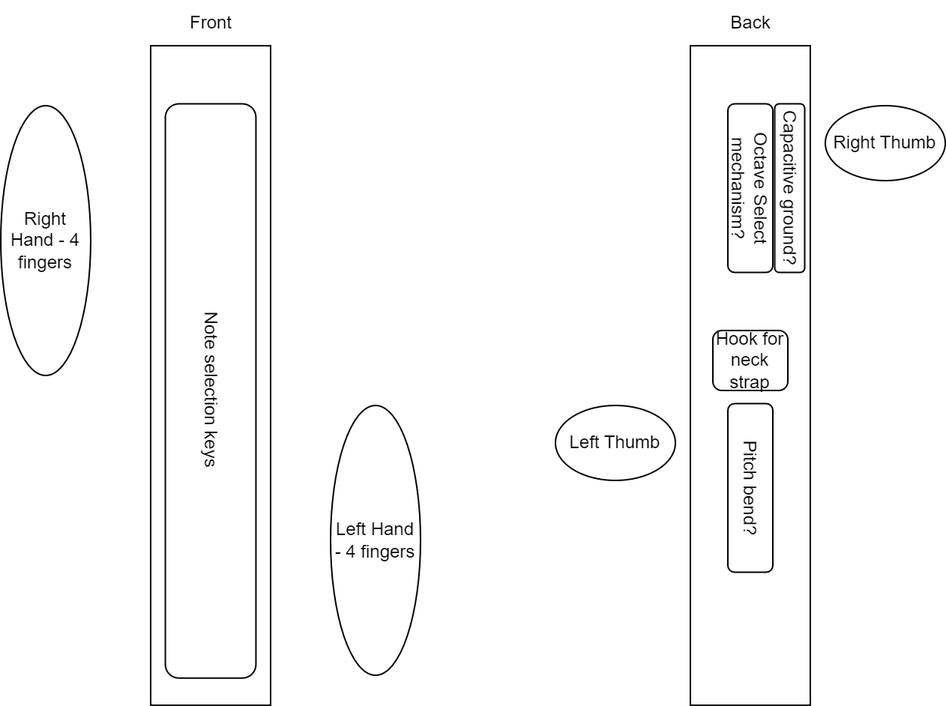
Above: notes/diagrams-Physical.drawio.png in starmaid/ewi (draw.io), before the change. Source tidied: cells renumbered, new cells last; positions are measured from the earlier drawing's top-left corner, leaving out a move shared by most shapes. The source it was exported from:
```xml
<mxGraphModel>
  <root>
    <mxCell id="0" />
    <mxCell id="1" parent="0" />
    <mxCell id="2" style="rounded=0;whiteSpace=wrap;html=1;" parent="1" vertex="1">
      <mxGeometry x="152" y="30" width="80" height="440" as="geometry" />
    </mxCell>
    <mxCell id="3" style="rounded=0;whiteSpace=wrap;html=1;" parent="1" vertex="1">
      <mxGeometry x="512" y="30" width="80" height="440" as="geometry" />
    </mxCell>
    <mxCell id="4" value="Front" style="text;html=1;align=center;verticalAlign=middle;strokeColor=none;fillColor=none;" parent="1" vertex="1">
      <mxGeometry x="167" width="50" height="30" as="geometry" />
    </mxCell>
    <mxCell id="5" value="Back" style="text;html=1;align=center;verticalAlign=middle;strokeColor=none;fillColor=none;" parent="1" vertex="1">
      <mxGeometry x="527" width="50" height="30" as="geometry" />
    </mxCell>
    <mxCell id="6" value="Right Hand - 4 fingers" style="ellipse;whiteSpace=wrap;html=1;" parent="1" vertex="1">
      <mxGeometry x="52" y="70" width="60" height="180" as="geometry" />
    </mxCell>
    <mxCell id="7" value="Left Hand - 4 fingers" style="ellipse;whiteSpace=wrap;html=1;" parent="1" vertex="1">
      <mxGeometry x="272" y="270" width="60" height="180" as="geometry" />
    </mxCell>
    <mxCell id="8" value="Left Thumb" style="ellipse;whiteSpace=wrap;html=1;" parent="1" vertex="1">
      <mxGeometry x="422" y="270" width="80" height="50" as="geometry" />
    </mxCell>
    <mxCell id="9" value="Right Thumb" style="ellipse;whiteSpace=wrap;html=1;" parent="1" vertex="1">
      <mxGeometry x="602" y="70" width="80" height="50" as="geometry" />
    </mxCell>
    <mxCell id="10" value="Octave Select mechanism?" style="rounded=1;whiteSpace=wrap;html=1;rotation=90;" parent="1" vertex="1">
      <mxGeometry x="495.8" y="110" width="112.5" height="30" as="geometry" />
    </mxCell>
    <mxCell id="11" value="Pitch bend?" style="rounded=1;whiteSpace=wrap;html=1;rotation=90;" parent="1" vertex="1">
      <mxGeometry x="495.8" y="310" width="112.5" height="30" as="geometry" />
    </mxCell>
    <mxCell id="12" value="Capacitive ground?" style="rounded=1;whiteSpace=wrap;html=1;rotation=90;" parent="1" vertex="1">
      <mxGeometry x="522" y="115" width="112.5" height="20" as="geometry" />
    </mxCell>
    <mxCell id="13" value="Note selection keys" style="rounded=1;whiteSpace=wrap;html=1;rotation=90;" parent="1" vertex="1">
      <mxGeometry x="0.4" y="230.1" width="383.1" height="60.4" as="geometry" />
    </mxCell>
    <mxCell id="14" value="Hook for neck strap" style="rounded=1;whiteSpace=wrap;html=1;" parent="1" vertex="1">
      <mxGeometry x="527" y="220" width="50" height="40" as="geometry" />
    </mxCell>
  </root>
</mxGraphModel>
```
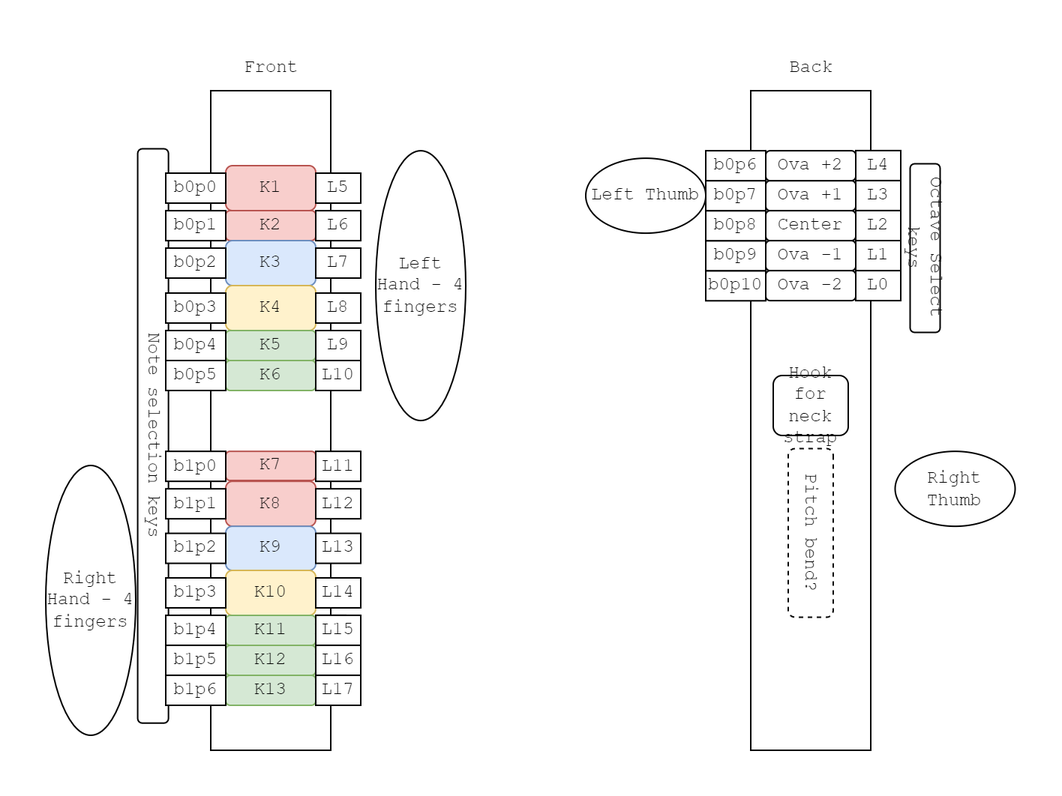
Above is the later version.

Commit message:
test capacitive sensor, update wiring to include level shifter, start naming ports

Change to the diagram source:
```diff
@@ -2,44 +2,221 @@
   <root>
     <mxCell id="0" />
     <mxCell id="1" parent="0" />
+    <mxCell id="13" value="Note selection keys" style="rounded=1;whiteSpace=wrap;html=1;rotation=90;fontFamily=Courier New;" parent="1" vertex="1">
+      <mxGeometry x="-78" y="250.1" width="383.1" height="20.5" as="geometry" />
+    </mxCell>
-    <mxCell id="2" style="rounded=0;whiteSpace=wrap;html=1;" parent="1" vertex="1">
+    <mxCell id="2" style="rounded=0;whiteSpace=wrap;html=1;fontFamily=Courier New;" parent="1" vertex="1">
       <mxGeometry x="152" y="30" width="80" height="440" as="geometry" />
     </mxCell>
-    <mxCell id="3" style="rounded=0;whiteSpace=wrap;html=1;" parent="1" vertex="1">
+    <mxCell id="3" style="rounded=0;whiteSpace=wrap;html=1;fontFamily=Courier New;" parent="1" vertex="1">
       <mxGeometry x="512" y="30" width="80" height="440" as="geometry" />
     </mxCell>
-    <mxCell id="4" value="Front" style="text;html=1;align=center;verticalAlign=middle;strokeColor=none;fillColor=none;" parent="1" vertex="1">
-      <mxGeometry x="167" width="50" height="30" as="geometry" />
+    <mxCell id="4" value="Front" style="text;html=1;align=center;verticalAlign=middle;strokeColor=none;fillColor=none;fontFamily=Courier New;" parent="1" vertex="1">
+      <mxGeometry x="162" width="60" height="30" as="geometry" />
     </mxCell>
-    <mxCell id="5" value="Back" style="text;html=1;align=center;verticalAlign=middle;strokeColor=none;fillColor=none;" parent="1" vertex="1">
+    <mxCell id="5" value="Back" style="text;html=1;align=center;verticalAlign=middle;strokeColor=none;fillColor=none;fontFamily=Courier New;" parent="1" vertex="1">
       <mxGeometry x="527" width="50" height="30" as="geometry" />
     </mxCell>
-    <mxCell id="6" value="Right Hand - 4 fingers" style="ellipse;whiteSpace=wrap;html=1;" parent="1" vertex="1">
-      <mxGeometry x="52" y="70" width="60" height="180" as="geometry" />
+    <mxCell id="6" value="Right Hand - 4 fingers" style="ellipse;whiteSpace=wrap;html=1;fontFamily=Courier New;" parent="1" vertex="1">
+      <mxGeometry x="42" y="280" width="60" height="180" as="geometry" />
     </mxCell>
-    <mxCell id="7" value="Left Hand - 4 fingers" style="ellipse;whiteSpace=wrap;html=1;" parent="1" vertex="1">
-      <mxGeometry x="272" y="270" width="60" height="180" as="geometry" />
+    <mxCell id="7" value="Left Hand - 4 fingers" style="ellipse;whiteSpace=wrap;html=1;fontFamily=Courier New;" parent="1" vertex="1">
+      <mxGeometry x="262" y="70.1" width="60" height="180" as="geometry" />
     </mxCell>
-    <mxCell id="8" value="Left Thumb" style="ellipse;whiteSpace=wrap;html=1;" parent="1" vertex="1">
-      <mxGeometry x="422" y="270" width="80" height="50" as="geometry" />
+    <mxCell id="8" value="Left Thumb" style="ellipse;whiteSpace=wrap;html=1;fontFamily=Courier New;" parent="1" vertex="1">
+      <mxGeometry x="402" y="75" width="80" height="50" as="geometry" />
     </mxCell>
-    <mxCell id="9" value="Right Thumb" style="ellipse;whiteSpace=wrap;html=1;" parent="1" vertex="1">
-      <mxGeometry x="602" y="70" width="80" height="50" as="geometry" />
+    <mxCell id="9" value="Right Thumb" style="ellipse;whiteSpace=wrap;html=1;fontFamily=Courier New;" parent="1" vertex="1">
+      <mxGeometry x="608.2" y="270.6" width="80" height="50" as="geometry" />
     </mxCell>
-    <mxCell id="10" value="Octave Select mechanism?" style="rounded=1;whiteSpace=wrap;html=1;rotation=90;" parent="1" vertex="1">
-      <mxGeometry x="495.8" y="110" width="112.5" height="30" as="geometry" />
+    <mxCell id="10" value="Octave Select keys" style="rounded=1;whiteSpace=wrap;html=1;rotation=90;fontFamily=Courier New;" parent="1" vertex="1">
+      <mxGeometry x="572" y="125" width="112.5" height="20" as="geometry" />
     </mxCell>
-    <mxCell id="11" value="Pitch bend?" style="rounded=1;whiteSpace=wrap;html=1;rotation=90;" parent="1" vertex="1">
+    <mxCell id="11" value="Pitch bend?" style="rounded=1;whiteSpace=wrap;html=1;rotation=90;dashed=1;fontFamily=Courier New;" parent="1" vertex="1">
       <mxGeometry x="495.8" y="310" width="112.5" height="30" as="geometry" />
     </mxCell>
-    <mxCell id="12" value="Capacitive ground?" style="rounded=1;whiteSpace=wrap;html=1;rotation=90;" parent="1" vertex="1">
-      <mxGeometry x="522" y="115" width="112.5" height="20" as="geometry" />
-    </mxCell>
-    <mxCell id="13" value="Note selection keys" style="rounded=1;whiteSpace=wrap;html=1;rotation=90;" parent="1" vertex="1">
-      <mxGeometry x="0.4" y="230.1" width="383.1" height="60.4" as="geometry" />
-    </mxCell>
-    <mxCell id="14" value="Hook for neck strap" style="rounded=1;whiteSpace=wrap;html=1;" parent="1" vertex="1">
+    <mxCell id="14" value="Hook for neck strap" style="rounded=1;whiteSpace=wrap;html=1;fontFamily=Courier New;" parent="1" vertex="1">
       <mxGeometry x="527" y="220" width="50" height="40" as="geometry" />
     </mxCell>
+    <mxCell id="15" value="Ova +1" style="rounded=1;whiteSpace=wrap;html=1;fontFamily=Courier New;" parent="1" vertex="1">
+      <mxGeometry x="522" y="90" width="60" height="20" as="geometry" />
+    </mxCell>
+    <mxCell id="16" value="Center" style="rounded=1;whiteSpace=wrap;html=1;fontFamily=Courier New;" parent="1" vertex="1">
+      <mxGeometry x="522" y="110" width="60" height="20" as="geometry" />
+    </mxCell>
+    <mxCell id="17" value="Ova -1" style="rounded=1;whiteSpace=wrap;html=1;fontFamily=Courier New;" parent="1" vertex="1">
+      <mxGeometry x="522" y="130.1" width="60" height="20" as="geometry" />
+    </mxCell>
+    <mxCell id="18" value="K1" style="rounded=1;whiteSpace=wrap;html=1;fillColor=#f8cecc;strokeColor=#b85450;fontFamily=Courier New;" parent="1" vertex="1">
+      <mxGeometry x="162" y="80" width="60" height="30" as="geometry" />
+    </mxCell>
+    <mxCell id="19" value="K2" style="rounded=1;whiteSpace=wrap;html=1;fillColor=#f8cecc;strokeColor=#b85450;fontFamily=Courier New;" parent="1" vertex="1">
+      <mxGeometry x="162" y="110" width="60" height="20" as="geometry" />
+    </mxCell>
+    <mxCell id="20" value="K3" style="rounded=1;whiteSpace=wrap;html=1;fillColor=#dae8fc;strokeColor=#6c8ebf;fontFamily=Courier New;" parent="1" vertex="1">
+      <mxGeometry x="162" y="130" width="60" height="30" as="geometry" />
+    </mxCell>
+    <mxCell id="21" value="K4" style="rounded=1;whiteSpace=wrap;html=1;fillColor=#fff2cc;strokeColor=#d6b656;fontFamily=Courier New;" parent="1" vertex="1">
+      <mxGeometry x="162" y="160" width="60" height="30" as="geometry" />
+    </mxCell>
+    <mxCell id="22" value="K5" style="rounded=1;whiteSpace=wrap;html=1;fillColor=#d5e8d4;strokeColor=#82b366;fontFamily=Courier New;" parent="1" vertex="1">
+      <mxGeometry x="162" y="190" width="60" height="20" as="geometry" />
+    </mxCell>
+    <mxCell id="23" value="K6" style="rounded=1;whiteSpace=wrap;html=1;fillColor=#d5e8d4;strokeColor=#82b366;fontFamily=Courier New;" parent="1" vertex="1">
+      <mxGeometry x="162" y="210" width="60" height="20" as="geometry" />
+    </mxCell>
+    <mxCell id="24" value="K7" style="rounded=1;whiteSpace=wrap;html=1;fillColor=#f8cecc;strokeColor=#b85450;fontFamily=Courier New;" parent="1" vertex="1">
+      <mxGeometry x="162" y="270.6" width="60" height="19.4" as="geometry" />
+    </mxCell>
+    <mxCell id="25" value="K8" style="rounded=1;whiteSpace=wrap;html=1;fillColor=#f8cecc;strokeColor=#b85450;fontFamily=Courier New;" parent="1" vertex="1">
+      <mxGeometry x="162" y="290.6" width="60" height="30" as="geometry" />
+    </mxCell>
+    <mxCell id="26" value="K9" style="rounded=1;whiteSpace=wrap;html=1;fillColor=#dae8fc;strokeColor=#6c8ebf;fontFamily=Courier New;" parent="1" vertex="1">
+      <mxGeometry x="162" y="320.6" width="60" height="29.4" as="geometry" />
+    </mxCell>
+    <mxCell id="27" value="K10" style="rounded=1;whiteSpace=wrap;html=1;fillColor=#fff2cc;strokeColor=#d6b656;fontFamily=Courier New;" parent="1" vertex="1">
+      <mxGeometry x="162" y="350" width="60" height="30" as="geometry" />
+    </mxCell>
+    <mxCell id="28" value="K11" style="rounded=1;whiteSpace=wrap;html=1;fillColor=#d5e8d4;strokeColor=#82b366;fontFamily=Courier New;" parent="1" vertex="1">
+      <mxGeometry x="162" y="380" width="60" height="20" as="geometry" />
+    </mxCell>
+    <mxCell id="29" value="K12" style="rounded=1;whiteSpace=wrap;html=1;fillColor=#d5e8d4;strokeColor=#82b366;fontFamily=Courier New;" parent="1" vertex="1">
+      <mxGeometry x="162" y="400" width="60" height="20" as="geometry" />
+    </mxCell>
+    <mxCell id="30" value="K13" style="rounded=1;whiteSpace=wrap;html=1;fillColor=#d5e8d4;strokeColor=#82b366;fontFamily=Courier New;" parent="1" vertex="1">
+      <mxGeometry x="162" y="420" width="60" height="20" as="geometry" />
+    </mxCell>
+    <mxCell id="31" value="Ova +2" style="rounded=1;whiteSpace=wrap;html=1;fontFamily=Courier New;" parent="1" vertex="1">
+      <mxGeometry x="522" y="70" width="60" height="20" as="geometry" />
+    </mxCell>
+    <mxCell id="32" value="Ova -2" style="rounded=1;whiteSpace=wrap;html=1;fontFamily=Courier New;" parent="1" vertex="1">
+      <mxGeometry x="522" y="150.1" width="60" height="20" as="geometry" />
+    </mxCell>
+    <mxCell id="33" value="L0" style="rounded=0;whiteSpace=wrap;html=1;fontFamily=Courier New;" parent="1" vertex="1">
+      <mxGeometry x="582" y="150.1" width="30" height="20" as="geometry" />
+    </mxCell>
+    <mxCell id="34" value="L1" style="rounded=0;whiteSpace=wrap;html=1;fontFamily=Courier New;" parent="1" vertex="1">
+      <mxGeometry x="582" y="130" width="30" height="20" as="geometry" />
+    </mxCell>
+    <mxCell id="35" value="L2" style="rounded=0;whiteSpace=wrap;html=1;fontFamily=Courier New;" parent="1" vertex="1">
+      <mxGeometry x="582" y="110" width="30" height="20" as="geometry" />
+    </mxCell>
+    <mxCell id="36" value="L3" style="rounded=0;whiteSpace=wrap;html=1;fontFamily=Courier New;" parent="1" vertex="1">
+      <mxGeometry x="582" y="90" width="30" height="20" as="geometry" />
+    </mxCell>
+    <mxCell id="37" value="L4" style="rounded=0;whiteSpace=wrap;html=1;fontFamily=Courier New;" parent="1" vertex="1">
+      <mxGeometry x="582" y="70" width="30" height="20" as="geometry" />
+    </mxCell>
+    <mxCell id="38" value="L10" style="rounded=0;whiteSpace=wrap;html=1;fontFamily=Courier New;" parent="1" vertex="1">
+      <mxGeometry x="222" y="210" width="30" height="20" as="geometry" />
+    </mxCell>
+    <mxCell id="39" value="L9" style="rounded=0;whiteSpace=wrap;html=1;fontFamily=Courier New;" parent="1" vertex="1">
+      <mxGeometry x="222" y="190" width="30" height="20" as="geometry" />
+    </mxCell>
+    <mxCell id="40" value="L8" style="rounded=0;whiteSpace=wrap;html=1;fontFamily=Courier New;" parent="1" vertex="1">
+      <mxGeometry x="222" y="165" width="30" height="20" as="geometry" />
+    </mxCell>
+    <mxCell id="41" value="L7" style="rounded=0;whiteSpace=wrap;html=1;fontFamily=Courier New;" parent="1" vertex="1">
+      <mxGeometry x="222" y="135" width="30" height="20" as="geometry" />
+    </mxCell>
+    <mxCell id="42" value="L6" style="rounded=0;whiteSpace=wrap;html=1;fontFamily=Courier New;" parent="1" vertex="1">
+      <mxGeometry x="222" y="110" width="30" height="20" as="geometry" />
+    </mxCell>
+    <mxCell id="43" value="L17" style="rounded=0;whiteSpace=wrap;html=1;fontFamily=Courier New;" parent="1" vertex="1">
+      <mxGeometry x="222" y="420" width="20" height="20" as="geometry" />
+    </mxCell>
+    <mxCell id="44" value="L16" style="rounded=0;whiteSpace=wrap;html=1;fontFamily=Courier New;" parent="1" vertex="1">
+      <mxGeometry x="222" y="399.9" width="20" height="20" as="geometry" />
+    </mxCell>
+    <mxCell id="45" value="L15" style="rounded=0;whiteSpace=wrap;html=1;fontFamily=Courier New;" parent="1" vertex="1">
+      <mxGeometry x="222" y="379.9" width="20" height="20" as="geometry" />
+    </mxCell>
+    <mxCell id="46" value="L14" style="rounded=0;whiteSpace=wrap;html=1;fontFamily=Courier New;" parent="1" vertex="1">
+      <mxGeometry x="222" y="355" width="30" height="20" as="geometry" />
+    </mxCell>
+    <mxCell id="47" value="L13" style="rounded=0;whiteSpace=wrap;html=1;fontFamily=Courier New;" parent="1" vertex="1">
+      <mxGeometry x="222" y="325.3" width="30" height="20" as="geometry" />
+    </mxCell>
+    <mxCell id="48" value="L12" style="rounded=0;whiteSpace=wrap;html=1;fontFamily=Courier New;" parent="1" vertex="1">
+      <mxGeometry x="222" y="295.6" width="30" height="20" as="geometry" />
+    </mxCell>
+    <mxCell id="49" value="L5" style="rounded=0;whiteSpace=wrap;html=1;fontFamily=Courier New;" parent="1" vertex="1">
+      <mxGeometry x="222" y="85" width="30" height="20" as="geometry" />
+    </mxCell>
+    <mxCell id="50" value="L11" style="rounded=0;whiteSpace=wrap;html=1;fontFamily=Courier New;" parent="1" vertex="1">
+      <mxGeometry x="222" y="270.6" width="30" height="20" as="geometry" />
+    </mxCell>
+    <mxCell id="51" value="L17" style="rounded=0;whiteSpace=wrap;html=1;fontFamily=Courier New;" parent="1" vertex="1">
+      <mxGeometry x="222" y="420" width="30" height="20" as="geometry" />
+    </mxCell>
+    <mxCell id="52" value="L16" style="rounded=0;whiteSpace=wrap;html=1;fontFamily=Courier New;" parent="1" vertex="1">
+      <mxGeometry x="222" y="399.9" width="30" height="20" as="geometry" />
+    </mxCell>
+    <mxCell id="53" value="L15" style="rounded=0;whiteSpace=wrap;html=1;fontFamily=Courier New;" parent="1" vertex="1">
+      <mxGeometry x="222" y="379.9" width="30" height="20" as="geometry" />
+    </mxCell>
+    <mxCell id="54" value="b0p5" style="rounded=0;whiteSpace=wrap;html=1;fontFamily=Courier New;" parent="1" vertex="1">
+      <mxGeometry x="122" y="210" width="40" height="20" as="geometry" />
+    </mxCell>
+    <mxCell id="55" value="b0p4" style="rounded=0;whiteSpace=wrap;html=1;fontFamily=Courier New;" parent="1" vertex="1">
+      <mxGeometry x="122" y="190" width="40" height="20" as="geometry" />
+    </mxCell>
+    <mxCell id="56" value="b0p3" style="rounded=0;whiteSpace=wrap;html=1;fontFamily=Courier New;" parent="1" vertex="1">
+      <mxGeometry x="122" y="165" width="40" height="20" as="geometry" />
+    </mxCell>
+    <mxCell id="57" value="b0p2" style="rounded=0;whiteSpace=wrap;html=1;fontFamily=Courier New;" parent="1" vertex="1">
+      <mxGeometry x="122" y="135" width="40" height="20" as="geometry" />
+    </mxCell>
+    <mxCell id="58" value="b0p1" style="rounded=0;whiteSpace=wrap;html=1;fontFamily=Courier New;" parent="1" vertex="1">
+      <mxGeometry x="122" y="110" width="40" height="20" as="geometry" />
+    </mxCell>
+    <mxCell id="59" value="L17" style="rounded=0;whiteSpace=wrap;html=1;fontFamily=Courier New;" parent="1" vertex="1">
+      <mxGeometry x="132" y="420" width="20" height="20" as="geometry" />
+    </mxCell>
+    <mxCell id="60" value="L16" style="rounded=0;whiteSpace=wrap;html=1;fontFamily=Courier New;" parent="1" vertex="1">
+      <mxGeometry x="132" y="399.9" width="20" height="20" as="geometry" />
+    </mxCell>
+    <mxCell id="61" value="L15" style="rounded=0;whiteSpace=wrap;html=1;fontFamily=Courier New;" parent="1" vertex="1">
+      <mxGeometry x="132" y="379.9" width="20" height="20" as="geometry" />
+    </mxCell>
+    <mxCell id="62" value="b1p3" style="rounded=0;whiteSpace=wrap;html=1;fontFamily=Courier New;" parent="1" vertex="1">
+      <mxGeometry x="122" y="355" width="40" height="20" as="geometry" />
+    </mxCell>
+    <mxCell id="63" value="b1p2" style="rounded=0;whiteSpace=wrap;html=1;fontFamily=Courier New;" parent="1" vertex="1">
+      <mxGeometry x="122" y="325.3" width="40" height="20" as="geometry" />
+    </mxCell>
+    <mxCell id="64" value="b1p1" style="rounded=0;whiteSpace=wrap;html=1;fontFamily=Courier New;" parent="1" vertex="1">
+      <mxGeometry x="122" y="295.6" width="40" height="20" as="geometry" />
+    </mxCell>
+    <mxCell id="65" value="b0p0" style="rounded=0;whiteSpace=wrap;html=1;fontFamily=Courier New;" parent="1" vertex="1">
+      <mxGeometry x="122" y="85" width="40" height="20" as="geometry" />
+    </mxCell>
+    <mxCell id="66" value="b1p0" style="rounded=0;whiteSpace=wrap;html=1;fontFamily=Courier New;" parent="1" vertex="1">
+      <mxGeometry x="122" y="270.6" width="40" height="20" as="geometry" />
+    </mxCell>
+    <mxCell id="67" value="b1p6" style="rounded=0;whiteSpace=wrap;html=1;fontFamily=Courier New;" parent="1" vertex="1">
+      <mxGeometry x="122" y="420" width="40" height="20" as="geometry" />
+    </mxCell>
+    <mxCell id="68" value="b1p5" style="rounded=0;whiteSpace=wrap;html=1;fontFamily=Courier New;" parent="1" vertex="1">
+      <mxGeometry x="122" y="399.9" width="40" height="20" as="geometry" />
+    </mxCell>
+    <mxCell id="69" value="b1p4" style="rounded=0;whiteSpace=wrap;html=1;fontFamily=Courier New;" parent="1" vertex="1">
+      <mxGeometry x="122" y="379.9" width="40" height="20" as="geometry" />
+    </mxCell>
+    <mxCell id="70" value="b0p10" style="rounded=0;whiteSpace=wrap;html=1;fontFamily=Courier New;" parent="1" vertex="1">
+      <mxGeometry x="482" y="150.2" width="40" height="20" as="geometry" />
+    </mxCell>
+    <mxCell id="71" value="b0p9" style="rounded=0;whiteSpace=wrap;html=1;fontFamily=Courier New;" parent="1" vertex="1">
+      <mxGeometry x="482" y="130.1" width="40" height="20" as="geometry" />
+    </mxCell>
+    <mxCell id="72" value="b0p8" style="rounded=0;whiteSpace=wrap;html=1;fontFamily=Courier New;" parent="1" vertex="1">
+      <mxGeometry x="482" y="110.1" width="40" height="20" as="geometry" />
+    </mxCell>
+    <mxCell id="73" value="b0p7" style="rounded=0;whiteSpace=wrap;html=1;fontFamily=Courier New;" parent="1" vertex="1">
+      <mxGeometry x="482" y="90" width="40" height="20" as="geometry" />
+    </mxCell>
+    <mxCell id="74" value="b0p6" style="rounded=0;whiteSpace=wrap;html=1;fontFamily=Courier New;" parent="1" vertex="1">
+      <mxGeometry x="482" y="70" width="40" height="20" as="geometry" />
+    </mxCell>
   </root>
 </mxGraphModel>
```
